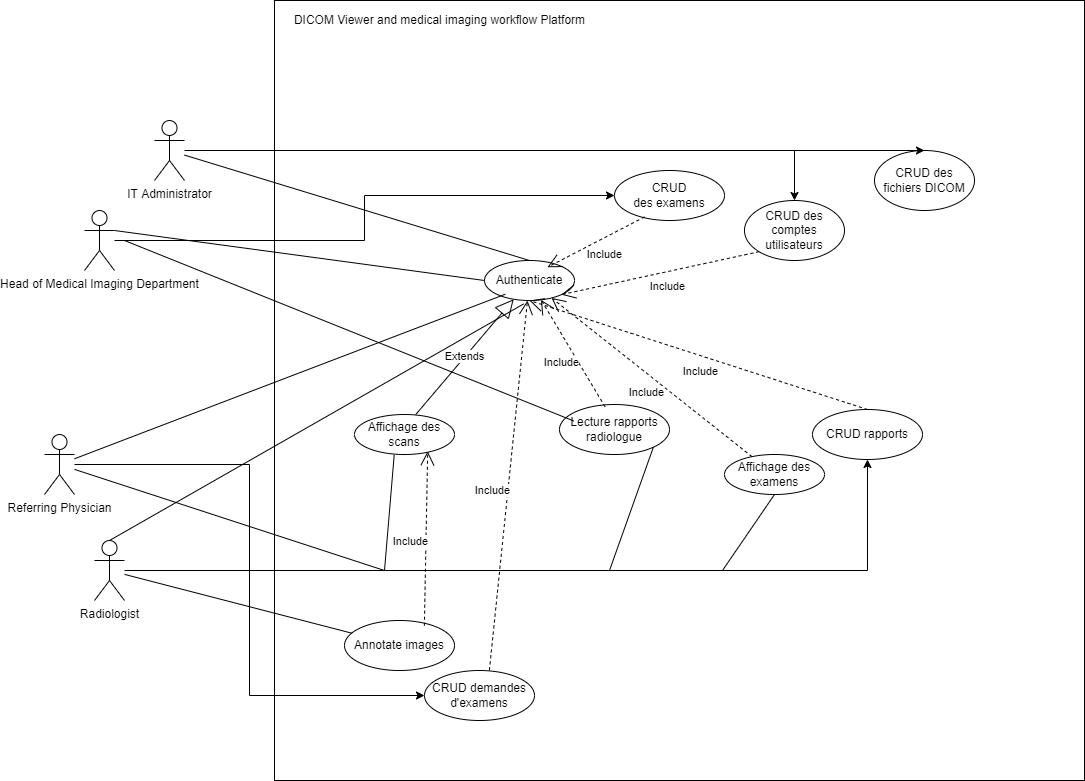
Before: Conception/Use case UML RICOM.png, a diagram exported from draw.io (mehdilagdimi/RICOM-). Source tidied: cells renumbered, new cells last; positions are measured from the earlier drawing's top-left corner, leaving out a move shared by most shapes. Source of this version:
```xml
<mxGraphModel>
  <root>
    <mxCell id="0" />
    <mxCell id="1" parent="0" />
    <mxCell id="2" style="rounded=0;whiteSpace=wrap;html=1;flipH=1;flipV=0;" parent="1" vertex="1">
      <mxGeometry x="230" width="810" height="780" as="geometry" />
    </mxCell>
    <mxCell id="3" style="edgeStyle=orthogonalEdgeStyle;rounded=0;jettySize=auto;html=1;entryX=0.5;entryY=0;entryDx=0;entryDy=0;" parent="1" edge="1" source="4" target="8">
      <mxGeometry relative="1" as="geometry" />
    </mxCell>
    <mxCell id="4" value="IT Administrator" style="shape=umlActor;verticalLabelPosition=bottom;verticalAlign=top;html=1;outlineConnect=0;" parent="1" vertex="1">
      <mxGeometry x="110" y="120" width="30" height="60" as="geometry" />
    </mxCell>
    <mxCell id="5" style="edgeStyle=orthogonalEdgeStyle;rounded=0;jettySize=auto;html=1;entryX=0.5;entryY=1;entryDx=0;entryDy=0;" parent="1" edge="1" source="6" target="21">
      <mxGeometry relative="1" as="geometry" />
    </mxCell>
    <mxCell id="6" value="Radiologist&lt;br&gt;" style="shape=umlActor;verticalLabelPosition=bottom;verticalAlign=top;html=1;outlineConnect=0;" parent="1" vertex="1">
      <mxGeometry x="50" y="540" width="30" height="60" as="geometry" />
    </mxCell>
    <mxCell id="7" value="Authenticate" style="ellipse;whiteSpace=wrap;html=1;align=center;" parent="1" vertex="1">
      <mxGeometry x="440" y="260" width="90" height="40" as="geometry" />
    </mxCell>
    <mxCell id="8" value="CRUD des comptes utilisateurs" style="ellipse;whiteSpace=wrap;html=1;align=center;" parent="1" vertex="1">
      <mxGeometry x="700" y="200" width="100" height="60" as="geometry" />
    </mxCell>
    <mxCell id="9" value="DICOM Viewer and medical imaging workflow Platform" style="text;html=1;align=center;verticalAlign=middle;fillColor=none;strokeColor=none;rounded=0;" parent="1" vertex="1">
      <mxGeometry x="240" y="10" width="310" height="20" as="geometry" />
    </mxCell>
    <mxCell id="10" style="edgeStyle=orthogonalEdgeStyle;rounded=0;jettySize=auto;html=1;entryX=0;entryY=0.5;entryDx=0;entryDy=0;" parent="1" edge="1" source="11" target="28">
      <mxGeometry relative="1" as="geometry" />
    </mxCell>
    <mxCell id="11" value="Referring Physician" style="shape=umlActor;verticalLabelPosition=bottom;verticalAlign=top;html=1;outlineConnect=0;" parent="1" vertex="1">
      <mxGeometry y="434" width="30" height="60" as="geometry" />
    </mxCell>
    <mxCell id="12" style="edgeStyle=orthogonalEdgeStyle;rounded=0;jettySize=auto;html=1;" parent="1" edge="1" source="13" target="22">
      <mxGeometry relative="1" as="geometry" />
    </mxCell>
    <mxCell id="13" value="Head of Medical Imaging Department" style="shape=umlActor;verticalLabelPosition=bottom;verticalAlign=top;html=1;outlineConnect=0;" parent="1" vertex="1">
      <mxGeometry x="40" y="210" width="30" height="60" as="geometry" />
    </mxCell>
    <mxCell id="14" style="endArrow=none;html=1;rounded=0;entryX=0.5;entryY=0;entryDx=0;entryDy=0;" parent="1" edge="1" source="4" target="7">
      <mxGeometry relative="1" as="geometry" />
    </mxCell>
    <mxCell id="15" style="endArrow=none;html=1;rounded=0;entryX=0;entryY=0.5;entryDx=0;entryDy=0;exitX=1;exitY=0.3333333333333333;exitDx=0;exitDy=0;exitPerimeter=0;" parent="1" edge="1" source="13" target="7">
      <mxGeometry relative="1" as="geometry" />
    </mxCell>
    <mxCell id="16" style="endArrow=none;html=1;rounded=0;entryX=0.435;entryY=1.086;entryDx=0;entryDy=0;exitX=0.5;exitY=0;exitDx=0;exitDy=0;exitPerimeter=0;entryPerimeter=0;" parent="1" edge="1" source="6" target="7">
      <mxGeometry relative="1" as="geometry" />
    </mxCell>
    <mxCell id="17" style="endArrow=none;html=1;rounded=0;entryX=0.231;entryY=0.843;entryDx=0;entryDy=0;entryPerimeter=0;" parent="1" edge="1" source="11" target="7">
      <mxGeometry relative="1" as="geometry" />
    </mxCell>
    <mxCell id="18" style="endArrow=none;html=1;rounded=0;" parent="1" edge="1" source="11">
      <mxGeometry relative="1" as="geometry">
        <mxPoint x="340" y="570" as="targetPoint" />
      </mxGeometry>
    </mxCell>
    <mxCell id="19" value="Affichage des examens" style="ellipse;whiteSpace=wrap;html=1;align=center;" parent="1" vertex="1">
      <mxGeometry x="680" y="454" width="100" height="40" as="geometry" />
    </mxCell>
    <mxCell id="20" value="Lecture rapports radiologue" style="ellipse;whiteSpace=wrap;html=1;align=center;" parent="1" vertex="1">
      <mxGeometry x="515" y="404" width="110" height="50" as="geometry" />
    </mxCell>
    <mxCell id="21" value="CRUD rapports" style="ellipse;whiteSpace=wrap;html=1;align=center;" parent="1" vertex="1">
      <mxGeometry x="768" y="409" width="110" height="50" as="geometry" />
    </mxCell>
    <mxCell id="22" value="CRUD&lt;br&gt;des examens" style="ellipse;whiteSpace=wrap;html=1;align=center;" parent="1" vertex="1">
      <mxGeometry x="570" y="170" width="110" height="50" as="geometry" />
    </mxCell>
    <mxCell id="23" value="Affichage des scans" style="ellipse;whiteSpace=wrap;html=1;align=center;" parent="1" vertex="1">
      <mxGeometry x="310" y="414" width="100" height="40" as="geometry" />
    </mxCell>
    <mxCell id="24" style="endArrow=none;html=1;rounded=0;entryX=0.397;entryY=1.011;entryDx=0;entryDy=0;entryPerimeter=0;" parent="1" edge="1" target="23">
      <mxGeometry relative="1" as="geometry">
        <mxPoint x="340" y="570" as="sourcePoint" />
      </mxGeometry>
    </mxCell>
    <mxCell id="25" style="endArrow=none;html=1;rounded=0;entryX=0.5;entryY=1;entryDx=0;entryDy=0;" parent="1" edge="1" target="19">
      <mxGeometry relative="1" as="geometry">
        <mxPoint x="678" y="570" as="sourcePoint" />
      </mxGeometry>
    </mxCell>
    <mxCell id="26" style="endArrow=none;html=1;rounded=0;entryX=0.13;entryY=0.33;entryDx=0;entryDy=0;exitX=1;exitY=0.3333333333333333;exitDx=0;exitDy=0;exitPerimeter=0;entryPerimeter=0;" parent="1" edge="1" target="20">
      <mxGeometry relative="1" as="geometry">
        <mxPoint x="80" y="240" as="sourcePoint" />
      </mxGeometry>
    </mxCell>
    <mxCell id="27" style="endArrow=none;html=1;rounded=0;entryX=1;entryY=1;entryDx=0;entryDy=0;" parent="1" edge="1" target="20">
      <mxGeometry relative="1" as="geometry">
        <mxPoint x="565" y="570" as="sourcePoint" />
      </mxGeometry>
    </mxCell>
    <mxCell id="28" value="CRUD demandes d'examens" style="ellipse;whiteSpace=wrap;html=1;align=center;" parent="1" vertex="1">
      <mxGeometry x="380" y="670" width="110" height="50" as="geometry" />
    </mxCell>
    <mxCell id="29" value="Include" style="endArrow=open;endSize=12;dashed=1;html=1;rounded=0;exitX=0;exitY=1;exitDx=0;exitDy=0;entryX=1;entryY=1;entryDx=0;entryDy=0;" parent="1" edge="1" source="8" target="7">
      <mxGeometry x="-0.04" y="15" relative="1" as="geometry" />
    </mxCell>
    <mxCell id="30" value="Include" style="endArrow=open;endSize=12;dashed=1;html=1;rounded=0;exitX=0.273;exitY=0.929;exitDx=0;exitDy=0;entryX=0.699;entryY=0.169;entryDx=0;entryDy=0;entryPerimeter=0;exitPerimeter=0;" parent="1" edge="1" source="22" target="7">
      <mxGeometry x="-0.04" y="15" relative="1" as="geometry" />
    </mxCell>
    <mxCell id="31" value="Include" style="endArrow=open;endSize=12;dashed=1;html=1;rounded=0;exitX=0.5;exitY=0;exitDx=0;exitDy=0;" parent="1" edge="1" source="21">
      <mxGeometry x="-0.04" y="15" relative="1" as="geometry">
        <mxPoint x="485" y="300" as="targetPoint" />
      </mxGeometry>
    </mxCell>
    <mxCell id="32" value="Include" style="endArrow=open;endSize=12;dashed=1;html=1;rounded=0;" parent="1" edge="1" source="19" target="7">
      <mxGeometry x="-0.04" y="15" relative="1" as="geometry" />
    </mxCell>
    <mxCell id="33" value="Include" style="endArrow=open;endSize=12;dashed=1;html=1;rounded=0;exitX=0.414;exitY=0.044;exitDx=0;exitDy=0;exitPerimeter=0;" parent="1" edge="1" source="20" target="7">
      <mxGeometry x="-0.04" y="15" relative="1" as="geometry" />
    </mxCell>
    <mxCell id="34" value="Extends" style="endArrow=block;endSize=16;endFill=0;html=1;rounded=0;exitX=0.612;exitY=0.003;exitDx=0;exitDy=0;exitPerimeter=0;" parent="1" edge="1" source="23" target="7">
      <mxGeometry relative="1" as="geometry" />
    </mxCell>
    <mxCell id="35" value="Include" style="endArrow=open;endSize=12;dashed=1;html=1;rounded=0;exitX=0.59;exitY=-0.005;exitDx=0;exitDy=0;exitPerimeter=0;" parent="1" edge="1" source="28" target="7">
      <mxGeometry x="-0.04" y="15" relative="1" as="geometry" />
    </mxCell>
    <mxCell id="36" value="Annotate images" style="ellipse;whiteSpace=wrap;html=1;align=center;" parent="1" vertex="1">
      <mxGeometry x="300" y="620" width="110" height="50" as="geometry" />
    </mxCell>
    <mxCell id="37" value="CRUD des fichiers DICOM" style="ellipse;whiteSpace=wrap;html=1;align=center;" parent="1" vertex="1">
      <mxGeometry x="830" y="150" width="100" height="60" as="geometry" />
    </mxCell>
    <mxCell id="38" style="endArrow=classic;html=1;rounded=0;entryX=0.5;entryY=0;entryDx=0;entryDy=0;" parent="1" edge="1" target="37">
      <mxGeometry relative="1" as="geometry">
        <mxPoint x="750" y="150" as="sourcePoint" />
      </mxGeometry>
    </mxCell>
    <mxCell id="39" style="endArrow=none;html=1;rounded=0;" parent="1" edge="1" source="6" target="36">
      <mxGeometry relative="1" as="geometry" />
    </mxCell>
    <mxCell id="40" value="Include" style="endArrow=open;endSize=12;dashed=1;html=1;rounded=0;exitX=0.726;exitY=0.104;exitDx=0;exitDy=0;exitPerimeter=0;entryX=0.732;entryY=0.919;entryDx=0;entryDy=0;entryPerimeter=0;" parent="1" edge="1" source="36" target="23">
      <mxGeometry x="-0.04" y="15" relative="1" as="geometry" />
    </mxCell>
  </root>
</mxGraphModel>
```
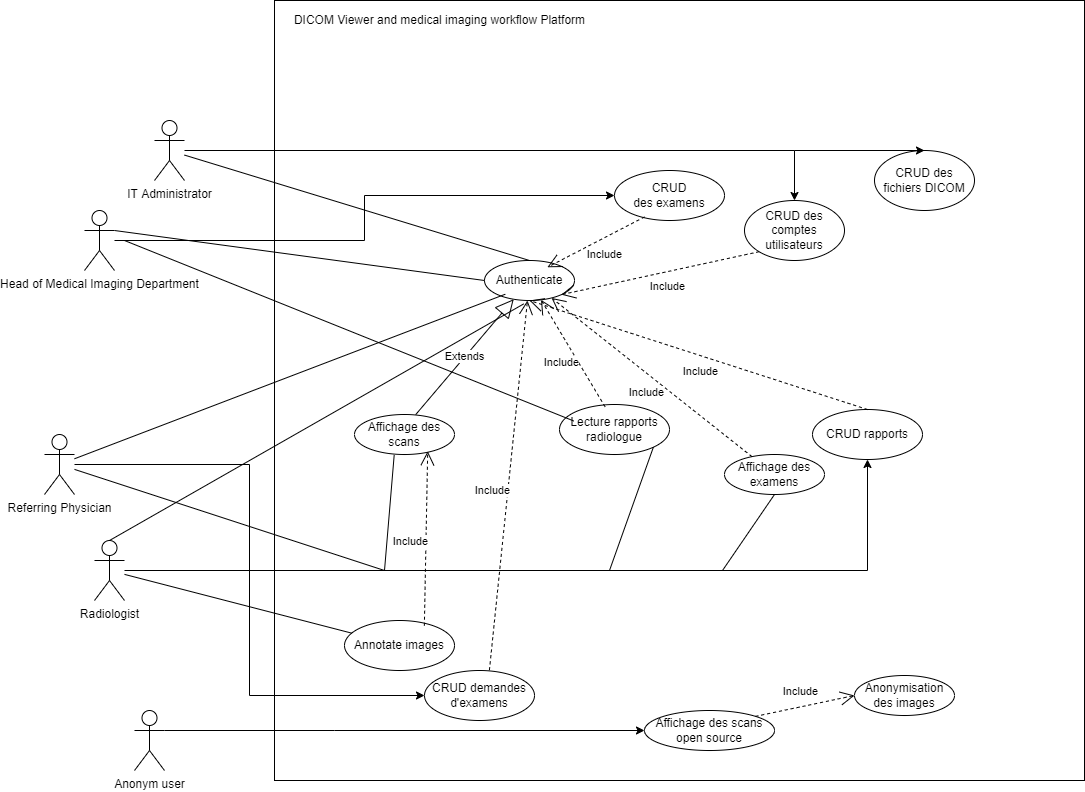
After the commit.

Commit message:
updating UML conception

What changed in the source:
```diff
@@ -133,5 +133,25 @@
     <mxCell id="40" value="Include" style="endArrow=open;endSize=12;dashed=1;html=1;rounded=0;exitX=0.726;exitY=0.104;exitDx=0;exitDy=0;exitPerimeter=0;entryX=0.732;entryY=0.919;entryDx=0;entryDy=0;entryPerimeter=0;" parent="1" edge="1" source="36" target="23">
       <mxGeometry x="-0.04" y="15" relative="1" as="geometry" />
     </mxCell>
+    <mxCell id="41" style="edgeStyle=orthogonalEdgeStyle;rounded=0;jettySize=auto;html=1;entryX=0;entryY=0.5;entryDx=0;entryDy=0;" parent="1" edge="1" source="42" target="43">
+      <mxGeometry relative="1" as="geometry">
+        <Array as="points">
+          <mxPoint x="290" y="730" />
+          <mxPoint x="290" y="730" />
+        </Array>
+      </mxGeometry>
+    </mxCell>
+    <mxCell id="42" value="Anonym user" style="shape=umlActor;verticalLabelPosition=bottom;verticalAlign=top;html=1;outlineConnect=0;" parent="1" vertex="1">
+      <mxGeometry x="90" y="710" width="30" height="60" as="geometry" />
+    </mxCell>
+    <mxCell id="43" value="Affichage des scans open source" style="ellipse;whiteSpace=wrap;html=1;align=center;" parent="1" vertex="1">
+      <mxGeometry x="600" y="710" width="130" height="40" as="geometry" />
+    </mxCell>
+    <mxCell id="44" value="Anonymisation des images" style="ellipse;whiteSpace=wrap;html=1;align=center;" parent="1" vertex="1">
+      <mxGeometry x="810" y="675" width="100" height="40" as="geometry" />
+    </mxCell>
+    <mxCell id="45" value="Include" style="endArrow=open;endSize=12;dashed=1;html=1;rounded=0;exitX=1;exitY=0;exitDx=0;exitDy=0;entryX=0;entryY=0.5;entryDx=0;entryDy=0;" parent="1" edge="1" source="43" target="44">
+      <mxGeometry x="-0.04" y="15" relative="1" as="geometry" />
+    </mxCell>
   </root>
 </mxGraphModel>
```
